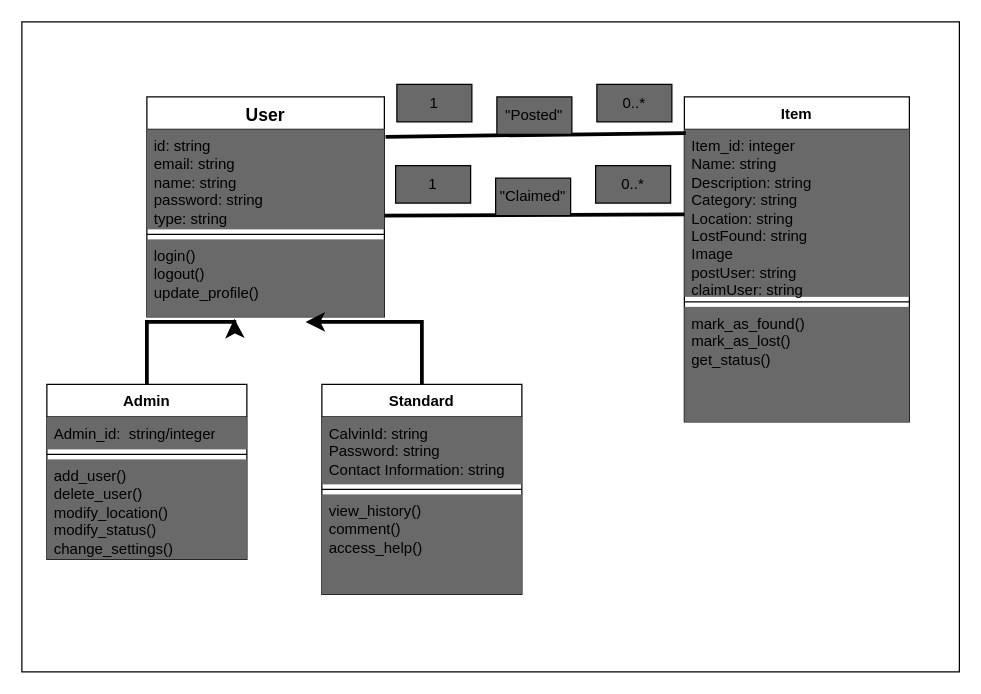
The draw.io diagram images/DomainModel.drawio in calvin-cs262-fall2023-teamA/project, before the edit. Source tidied: cells renumbered, new cells numbered last; positions are measured from the earlier drawing's top-left corner, leaving out a move shared by most shapes. Both pictures are drawn from the tidied source at 125%, with x=0, y=0 at pixel (21, 21).
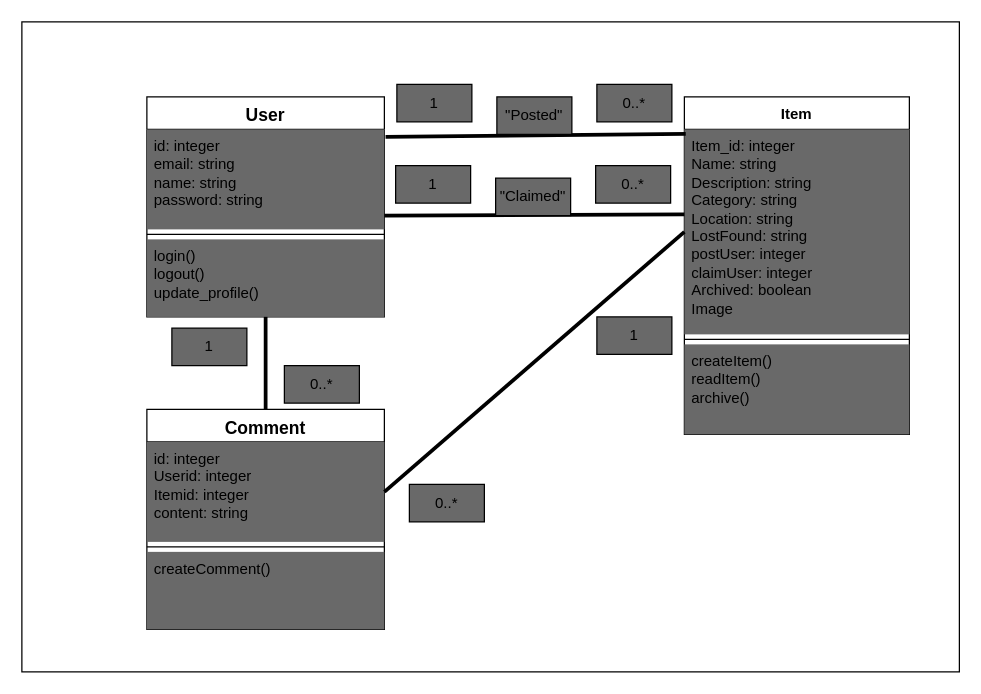
The same diagram, later.

Commit message (it also covers changes not shown here):
update domain model, ui-model -> jpg

The change refers to these unchanged cells:
```xml
<mxCell id="3" value="&lt;font style=&quot;font-size: 14px;&quot;&gt;User&lt;/font&gt;" style="swimlane;fontStyle=1;align=center;verticalAlign=top;horizontal=1;startSize=26;whiteSpace=wrap;html=1;" parent="1" vertex="1">
  <mxGeometry x="100" y="60" width="190" height="176" as="geometry" />
</mxCell>
<mxCell id="6" value="login()&lt;br&gt;logout()&lt;br&gt;update_profile()" style="text;strokeColor=none;fillColor=#696969;align=left;verticalAlign=top;spacingLeft=4;spacingRight=4;overflow=hidden;points=[[0,0.5],[1,0.5]];portConstraint=eastwest;whiteSpace=wrap;html=1;" parent="3" vertex="1">
  <mxGeometry y="114" width="190" height="62" as="geometry" />
</mxCell>
```

The edit, as a diff of the source:
```diff
@@
-    <mxCell id="4" value="id: string&lt;br&gt;email: string&lt;br&gt;name: string&lt;br&gt;password: string&lt;br&gt;type: string" style="text;strokeColor=none;fillColor=#696969;align=left;verticalAlign=top;spacingLeft=4;spacingRight=4;overflow=hidden;points=[[0,0.5],[1,0.5]];portConstraint=eastwest;whiteSpace=wrap;html=1;" parent="3" vertex="1">
+    <mxCell id="4" value="id: integer&lt;br&gt;email: string&lt;br&gt;name: string&lt;br&gt;password: string" style="text;strokeColor=none;fillColor=#696969;align=left;verticalAlign=top;spacingLeft=4;spacingRight=4;overflow=hidden;points=[[0,0.5],[1,0.5]];portConstraint=eastwest;whiteSpace=wrap;html=1;" parent="3" vertex="1">
       <mxGeometry y="26" width="190" height="80" as="geometry" />
     </mxCell>
@@
     <mxCell id="7" value="Item" style="swimlane;fontStyle=1;align=center;verticalAlign=top;horizontal=1;startSize=26;whiteSpace=wrap;html=1;" parent="1" vertex="1">
-      <mxGeometry x="530" y="60" width="180" height="260" as="geometry" />
+      <mxGeometry x="530" y="60" width="180" height="270" as="geometry" />
     </mxCell>
-    <mxCell id="8" value="Item_id: integer&lt;br&gt;Name: string&lt;br&gt;Description: string&lt;br&gt;Category: string&lt;br&gt;Location: string&lt;br&gt;LostFound: string&lt;br&gt;Image&lt;br&gt;postUser: string&lt;br&gt;claimUser: string" style="text;strokeColor=none;fillColor=#696969;align=left;verticalAlign=top;spacingLeft=4;spacingRight=4;overflow=hidden;points=[[0,0.5],[1,0.5]];portConstraint=eastwest;whiteSpace=wrap;html=1;" parent="7" vertex="1">
-      <mxGeometry y="26" width="180" height="134" as="geometry" />
+    <mxCell id="8" value="Item_id: integer&lt;br&gt;Name: string&lt;br&gt;Description: string&lt;br&gt;Category: string&lt;br&gt;Location: string&lt;br&gt;LostFound: string&lt;br&gt;postUser: integer&lt;br&gt;claimUser: integer&lt;br&gt;Archived: boolean&lt;br&gt;Image" style="text;strokeColor=none;fillColor=#696969;align=left;verticalAlign=top;spacingLeft=4;spacingRight=4;overflow=hidden;points=[[0,0.5],[1,0.5]];portConstraint=eastwest;whiteSpace=wrap;html=1;" parent="7" vertex="1">
+      <mxGeometry y="26" width="180" height="164" as="geometry" />
     </mxCell>
     <mxCell id="9" style="line;strokeWidth=1;fillColor=none;align=left;verticalAlign=middle;spacingTop=-1;spacingLeft=3;spacingRight=3;labelPosition=right;strokeColor=inherit;" parent="7" vertex="1">
-      <mxGeometry y="160" width="180" height="8" as="geometry" />
+      <mxGeometry y="190" width="180" height="8" as="geometry" />
     </mxCell>
-    <mxCell id="10" value="mark_as_found()&lt;br&gt;mark_as_lost()&lt;br&gt;get_status()" style="text;strokeColor=none;fillColor=#696969;align=left;verticalAlign=top;spacingLeft=4;spacingRight=4;overflow=hidden;whiteSpace=wrap;html=1;" parent="7" vertex="1">
-      <mxGeometry y="168" width="180" height="92" as="geometry" />
+    <mxCell id="10" value="createItem()&lt;br&gt;readItem()&lt;br&gt;archive()" style="text;strokeColor=none;fillColor=#696969;align=left;verticalAlign=top;spacingLeft=4;spacingRight=4;overflow=hidden;whiteSpace=wrap;html=1;" parent="7" vertex="1">
+      <mxGeometry y="198" width="180" height="72" as="geometry" />
     </mxCell>
-    <mxCell id="11" value="Admin" style="swimlane;fontStyle=1;align=center;verticalAlign=top;horizontal=1;startSize=26;whiteSpace=wrap;html=1;" parent="1" vertex="1">
-      <mxGeometry x="20" y="290" width="160" height="140" as="geometry" />
-    </mxCell>
-    <mxCell id="12" value="Admin_id:&amp;nbsp; string/integer" style="text;strokeColor=none;fillColor=#696969;align=left;verticalAlign=top;spacingLeft=4;spacingRight=4;overflow=hidden;whiteSpace=wrap;html=1;" parent="11" vertex="1">
-      <mxGeometry y="26" width="160" height="26" as="geometry" />
-    </mxCell>
-    <mxCell id="13" style="line;strokeWidth=1;fillColor=none;align=left;verticalAlign=middle;spacingTop=-1;spacingLeft=3;spacingRight=3;labelPosition=right;strokeColor=inherit;" parent="11" vertex="1">
-      <mxGeometry y="52" width="160" height="8" as="geometry" />
-    </mxCell>
-    <mxCell id="14" value="add_user()&lt;br&gt;delete_user()&lt;br&gt;modify_location()&lt;br&gt;modify_status()&lt;br&gt;change_settings()&lt;br&gt;" style="text;strokeColor=none;fillColor=#696969;align=left;verticalAlign=top;spacingLeft=4;spacingRight=4;overflow=hidden;whiteSpace=wrap;html=1;" parent="11" vertex="1">
-      <mxGeometry y="60" width="160" height="80" as="geometry" />
-    </mxCell>
-    <mxCell id="15" value="Standard" style="swimlane;fontStyle=1;align=center;verticalAlign=top;horizontal=1;startSize=26;whiteSpace=wrap;html=1;" parent="1" vertex="1">
-      <mxGeometry x="240" y="290" width="160" height="168" as="geometry" />
-    </mxCell>
-    <mxCell id="16" value="CalvinId: string&lt;br style=&quot;border-color: var(--border-color);&quot;&gt;Password: string&lt;br style=&quot;border-color: var(--border-color);&quot;&gt;Contact Information: string" style="text;strokeColor=none;fillColor=#696969;align=left;verticalAlign=top;spacingLeft=4;spacingRight=4;overflow=hidden;whiteSpace=wrap;html=1;" parent="15" vertex="1">
-      <mxGeometry y="26" width="160" height="54" as="geometry" />
-    </mxCell>
-    <mxCell id="17" style="line;strokeWidth=1;fillColor=none;align=left;verticalAlign=middle;spacingTop=-1;spacingLeft=3;spacingRight=3;labelPosition=right;strokeColor=inherit;" parent="15" vertex="1">
-      <mxGeometry y="80" width="160" height="8" as="geometry" />
-    </mxCell>
-    <mxCell id="18" value="view_history()&lt;br&gt;comment()&lt;br&gt;access_help()" style="text;strokeColor=none;fillColor=#696969;align=left;verticalAlign=top;spacingLeft=4;spacingRight=4;overflow=hidden;whiteSpace=wrap;html=1;" parent="15" vertex="1">
-      <mxGeometry y="88" width="160" height="80" as="geometry" />
-    </mxCell>
-    <mxCell id="19" style="endArrow=classic;html=1;rounded=0;entryX=0.368;entryY=1.024;entryDx=0;entryDy=0;entryPerimeter=0;strokeWidth=3;" parent="1" edge="1" target="6">
-      <mxGeometry relative="1" as="geometry">
-        <mxPoint x="100" y="290" as="sourcePoint" />
-        <Array as="points">
-          <mxPoint x="100" y="240" />
-          <mxPoint x="170" y="240" />
-        </Array>
-      </mxGeometry>
-    </mxCell>
-    <mxCell id="20" style="endArrow=classic;html=1;rounded=0;entryX=0.668;entryY=1.073;entryDx=0;entryDy=0;entryPerimeter=0;strokeWidth=3;shadow=0;" parent="1" edge="1" target="6">
-      <mxGeometry relative="1" as="geometry">
-        <mxPoint x="320" y="290" as="sourcePoint" />
-        <Array as="points">
-          <mxPoint x="320" y="240" />
-          <mxPoint x="227" y="240" />
-        </Array>
-      </mxGeometry>
-    </mxCell>
@@
+    <mxCell id="29" value="&lt;font style=&quot;font-size: 14px;&quot;&gt;Comment&lt;/font&gt;" style="swimlane;fontStyle=1;align=center;verticalAlign=top;horizontal=1;startSize=26;whiteSpace=wrap;html=1;" parent="1" vertex="1">
+      <mxGeometry x="100" y="310" width="190" height="176" as="geometry" />
+    </mxCell>
+    <mxCell id="30" value="id: integer&lt;br&gt;Userid: integer&lt;br&gt;Itemid: integer&lt;br&gt;content: string" style="text;strokeColor=none;fillColor=#696969;align=left;verticalAlign=top;spacingLeft=4;spacingRight=4;overflow=hidden;points=[[0,0.5],[1,0.5]];portConstraint=eastwest;whiteSpace=wrap;html=1;" parent="29" vertex="1">
+      <mxGeometry y="26" width="190" height="80" as="geometry" />
+    </mxCell>
+    <mxCell id="31" style="line;strokeWidth=1;fillColor=none;align=left;verticalAlign=middle;spacingTop=-1;spacingLeft=3;spacingRight=3;labelPosition=right;strokeColor=inherit;" parent="29" vertex="1">
+      <mxGeometry y="106" width="190" height="8" as="geometry" />
+    </mxCell>
+    <mxCell id="32" value="createComment()" style="text;strokeColor=none;fillColor=#696969;align=left;verticalAlign=top;spacingLeft=4;spacingRight=4;overflow=hidden;whiteSpace=wrap;html=1;" parent="29" vertex="1">
+      <mxGeometry y="114" width="190" height="62" as="geometry" />
+    </mxCell>
+    <mxCell id="33" style="endArrow=none;html=1;rounded=0;entryX=0;entryY=0.5;entryDx=0;entryDy=0;exitX=1;exitY=0.5;exitDx=0;exitDy=0;strokeWidth=3;" parent="1" edge="1" source="30" target="8">
+      <mxGeometry relative="1" as="geometry" />
+    </mxCell>
+    <mxCell id="34" value="1" style="text;html=1;strokeColor=#000000;fillColor=#696969;align=center;verticalAlign=middle;whiteSpace=wrap;rounded=0;" parent="1" vertex="1">
+      <mxGeometry x="460" y="236" width="60" height="30" as="geometry" />
+    </mxCell>
+    <mxCell id="35" value="0..*" style="text;html=1;strokeColor=#000000;fillColor=#696969;align=center;verticalAlign=middle;whiteSpace=wrap;rounded=0;" parent="1" vertex="1">
+      <mxGeometry x="310" y="370" width="60" height="30" as="geometry" />
+    </mxCell>
+    <mxCell id="36" style="endArrow=none;html=1;rounded=0;entryX=0.5;entryY=0;entryDx=0;entryDy=0;exitX=0.5;exitY=1;exitDx=0;exitDy=0;strokeWidth=3;" parent="1" edge="1" source="3" target="29">
+      <mxGeometry relative="1" as="geometry" />
+    </mxCell>
+    <mxCell id="37" value="1" style="text;html=1;strokeColor=#000000;fillColor=#696969;align=center;verticalAlign=middle;whiteSpace=wrap;rounded=0;" parent="1" vertex="1">
+      <mxGeometry x="120" y="245" width="60" height="30" as="geometry" />
+    </mxCell>
+    <mxCell id="38" value="0..*" style="text;html=1;strokeColor=#000000;fillColor=#696969;align=center;verticalAlign=middle;whiteSpace=wrap;rounded=0;" parent="1" vertex="1">
+      <mxGeometry x="210" y="275" width="60" height="30" as="geometry" />
+    </mxCell>
```
